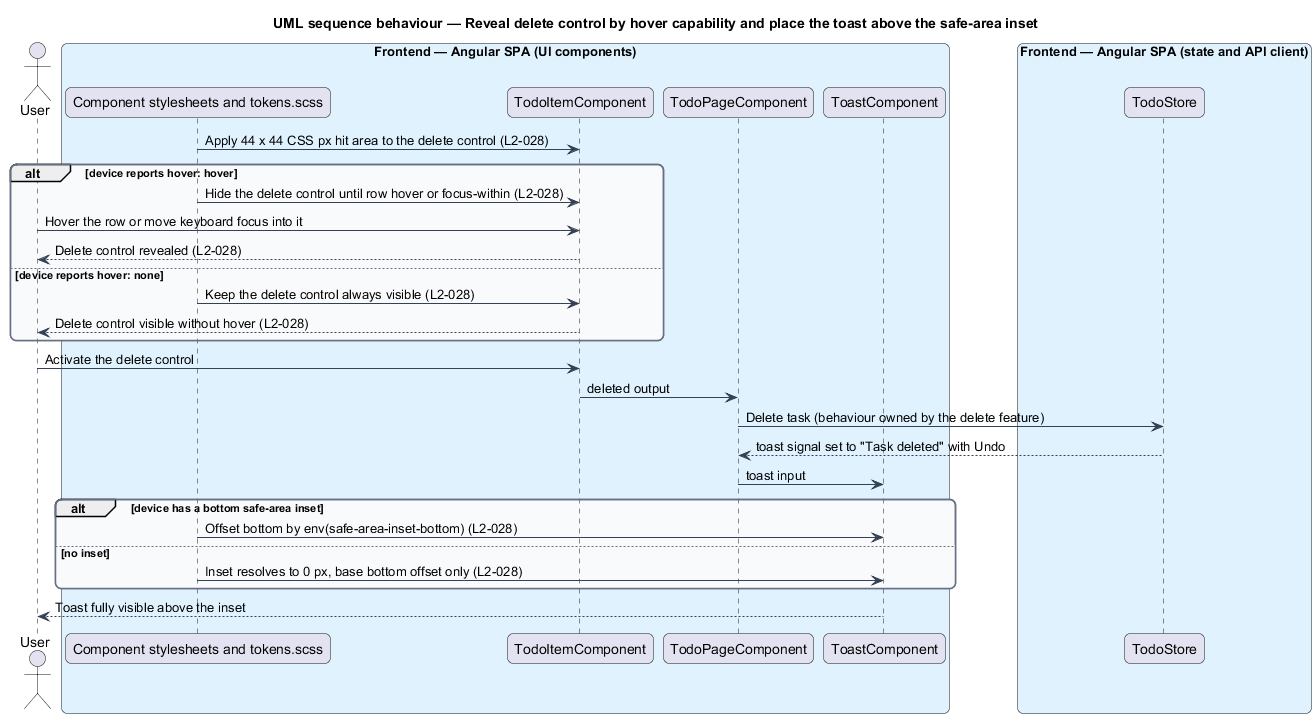
Before: docs/detailed-designs/interface/responsive-layout/diagrams/sequence-delete-reveal-and-toast-inset.png, a diagram exported from PlantUML (QuinntyneBrown/php-todo-lab). The source it was exported from:
```plantuml
@startuml
title UML sequence behaviour — Reveal delete control by hover capability and place the toast above the safe-area inset
skinparam backgroundColor #FFFFFF
skinparam shadowing false
skinparam roundcorner 12
skinparam defaultFontName Arial
skinparam ArrowColor #344054
skinparam rectangle {
  BorderColor #344054
  FontColor #101828
}
skinparam package {
  BorderColor #667085
  FontColor #101828
  BackgroundColor #F9FAFB
}
actor "User" as user
box "Frontend — Angular SPA (UI components)" #E0F2FE
  participant "Component stylesheets and tokens.scss" as css
  participant "TodoItemComponent" as item
  participant "TodoPageComponent" as page
  participant "ToastComponent" as toast
end box
box "Frontend — Angular SPA (state and API client)" #E0F2FE
  participant "TodoStore" as store
end box
css -> item : Apply 44 x 44 CSS px hit area to the delete control (L2-028)
alt device reports hover: hover
  css -> item : Hide the delete control until row hover or focus-within (L2-028)
  user -> item : Hover the row or move keyboard focus into it
  item --> user : Delete control revealed (L2-028)
else device reports hover: none
  css -> item : Keep the delete control always visible (L2-028)
  item --> user : Delete control visible without hover (L2-028)
end
user -> item : Activate the delete control
item -> page : deleted output
page -> store : Delete task (behaviour owned by the delete feature)
store --> page : toast signal set to "Task deleted" with Undo
page -> toast : toast input
alt device has a bottom safe-area inset
  css -> toast : Offset bottom by env(safe-area-inset-bottom) (L2-028)
else no inset
  css -> toast : Inset resolves to 0 px, base bottom offset only (L2-028)
end
toast --> user : Toast fully visible above the inset
@enduml
```
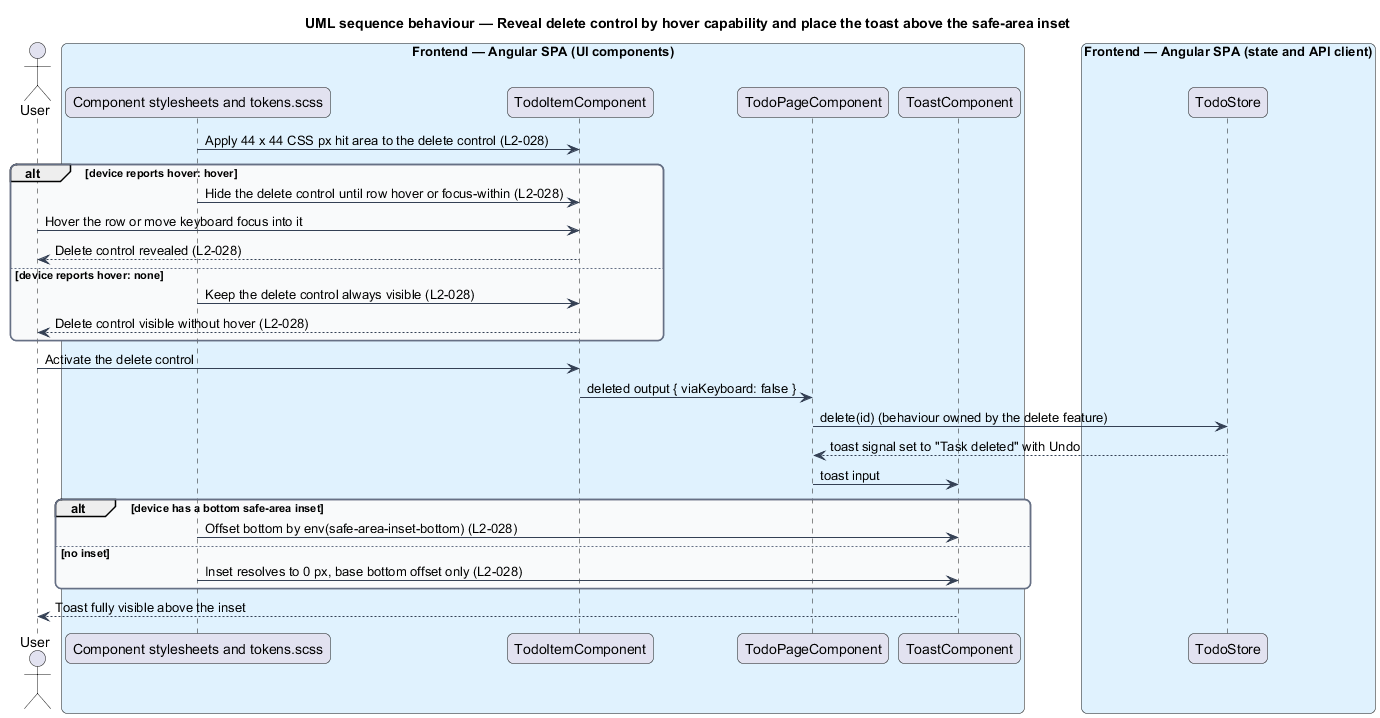
Above is the later version.

Diff of the diagram source:
```diff
@@ -34,8 +34,8 @@
   item --> user : Delete control visible without hover (L2-028)
 end
 user -> item : Activate the delete control
-item -> page : deleted output
-page -> store : Delete task (behaviour owned by the delete feature)
+item -> page : deleted output { viaKeyboard: false }
+page -> store : delete(id) (behaviour owned by the delete feature)
 store --> page : toast signal set to "Task deleted" with Undo
 page -> toast : toast input
 alt device has a bottom safe-area inset
```
